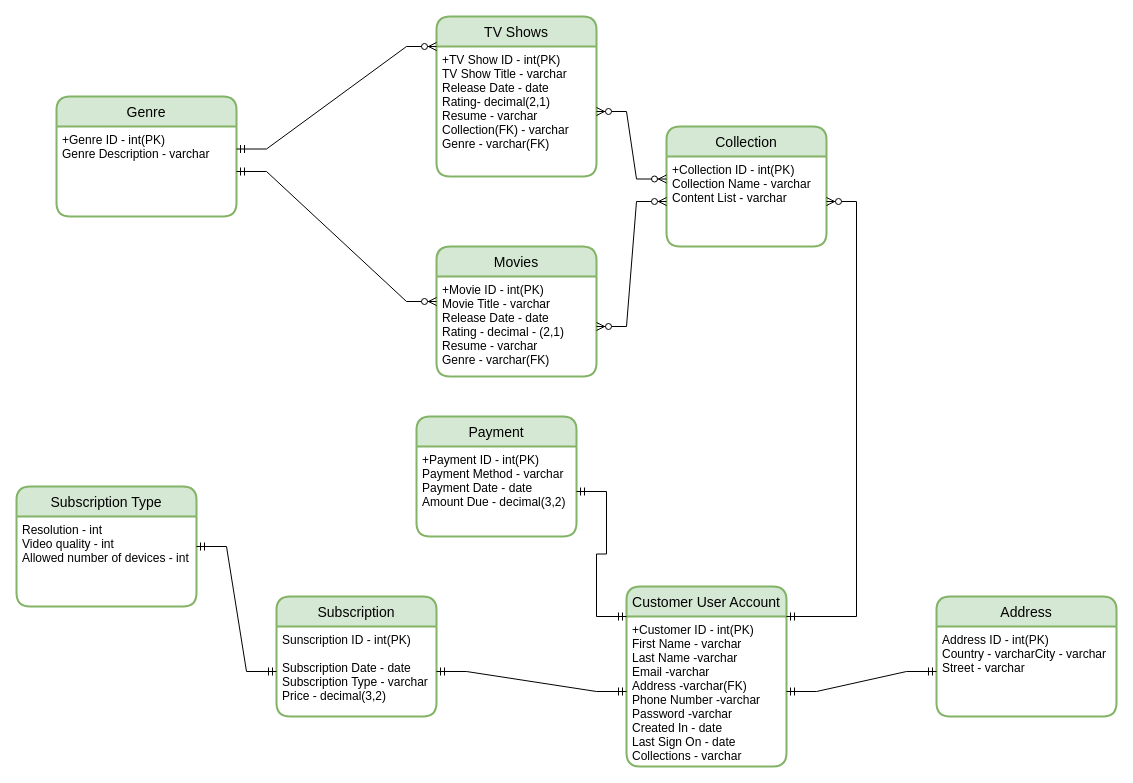
PlamenGospodinov/Exercises-Part-2 keeps this draw.io diagram as Software Modeling/Netflix Logical Diagram.drawio. Above is the earlier version. Source tidied: cells renumbered, new cells numbered last; positions are measured from the earlier drawing's top-left corner, leaving out a move shared by most shapes. Both pictures are drawn from the tidied source at 100%, with x=0, y=0 at pixel (16, 16).
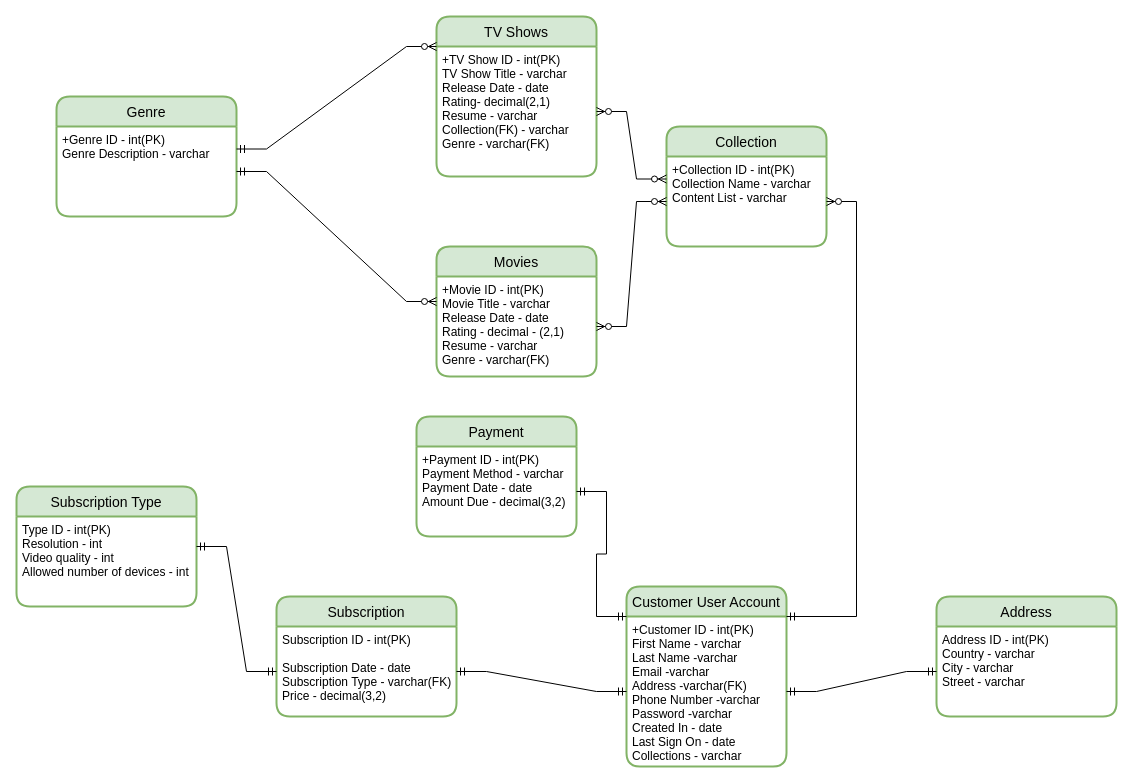
The same page after the edit.

Unchanged cells that the change refers to:
```xml
<mxCell id="22" value="Address" style="swimlane;horizontal=1;startSize=30;rounded=1;fontSize=14;fontStyle=0;strokeWidth=2;shadow=0;dashed=0;align=center;fillColor=#d5e8d4;strokeColor=#82b366;" parent="1" vertex="1">
  <mxGeometry x="920" y="580" width="180" height="120" as="geometry" />
</mxCell>
```

The edit, as a diff of the source:
```diff
@@
-    <mxCell id="14" value="Subscription" style="swimlane;horizontal=1;startSize=30;rounded=1;fontSize=14;fontStyle=0;strokeWidth=2;shadow=0;dashed=0;align=center;fillColor=#d5e8d4;strokeColor=#82b366;" parent="1" vertex="1">
-      <mxGeometry x="260" y="580" width="160" height="120" as="geometry" />
+    <mxCell id="14" value="Subscription" style="swimlane;horizontal=1;startSize=30;rounded=1;fontSize=14;fontStyle=0;strokeWidth=2;shadow=0;dashed=0;align=center;fillColor=#d5e8d4;strokeColor=#82b366;fontColor=default;" parent="1" vertex="1">
+      <mxGeometry x="260" y="580" width="180" height="120" as="geometry" />
     </mxCell>
-    <mxCell id="15" value="Sunscription ID - int(PK)&#10;&#10;Subscription Date - date&#10;Subscription Type - varchar&#10;Price - decimal(3,2)&#10;" style="align=left;strokeColor=none;fillColor=none;spacingLeft=4;fontSize=12;verticalAlign=top;" parent="14" vertex="1">
-      <mxGeometry y="30" width="160" height="90" as="geometry" />
+    <mxCell id="15" value="Subscription ID - int(PK)&#10;&#10;Subscription Date - date&#10;Subscription Type - varchar(FK)&#10;Price - decimal(3,2)&#10;" style="align=left;strokeColor=none;fillColor=none;spacingLeft=4;fontSize=12;verticalAlign=top;fontColor=default;" parent="14" vertex="1">
+      <mxGeometry y="30" width="180" height="90" as="geometry" />
     </mxCell>
-    <mxCell id="16" value="Subscription Type" style="swimlane;horizontal=1;startSize=30;rounded=1;fontSize=14;fontStyle=0;strokeWidth=2;shadow=0;dashed=0;align=center;fillColor=#d5e8d4;strokeColor=#82b366;" parent="1" vertex="1">
+    <mxCell id="16" value="Subscription Type" style="swimlane;horizontal=1;startSize=30;rounded=1;fontSize=14;fontStyle=0;strokeWidth=2;shadow=0;dashed=0;align=center;fillColor=#d5e8d4;strokeColor=#82b366;fontColor=default;" parent="1" vertex="1">
       <mxGeometry y="470" width="180" height="120" as="geometry" />
     </mxCell>
-    <mxCell id="17" value="Resolution - int&#10;Video quality - int&#10;Allowed number of devices - int&#10;" style="align=left;strokeColor=none;fillColor=none;spacingLeft=4;fontSize=12;verticalAlign=top;" parent="16" vertex="1">
+    <mxCell id="17" value="Type ID - int(PK)&#10;Resolution - int&#10;Video quality - int&#10;Allowed number of devices - int&#10;" style="align=left;strokeColor=none;fillColor=none;spacingLeft=4;fontSize=12;verticalAlign=top;fontColor=default;" parent="16" vertex="1">
       <mxGeometry y="30" width="180" height="90" as="geometry" />
     </mxCell>
@@
-    <mxCell id="23" value="Address ID - int(PK)&#10;Country - varcharCity - varchar&#10;Street - varchar&#10;" style="align=left;strokeColor=none;fillColor=none;spacingLeft=4;fontSize=12;verticalAlign=top;" parent="22" vertex="1">
+    <mxCell id="23" value="Address ID - int(PK)&#10;Country - varchar&#10;City - varchar&#10;Street - varchar&#10;" style="align=left;strokeColor=none;fillColor=none;spacingLeft=4;fontSize=12;verticalAlign=top;fontColor=default;" parent="22" vertex="1">
       <mxGeometry y="30" width="180" height="90" as="geometry" />
     </mxCell>
```
